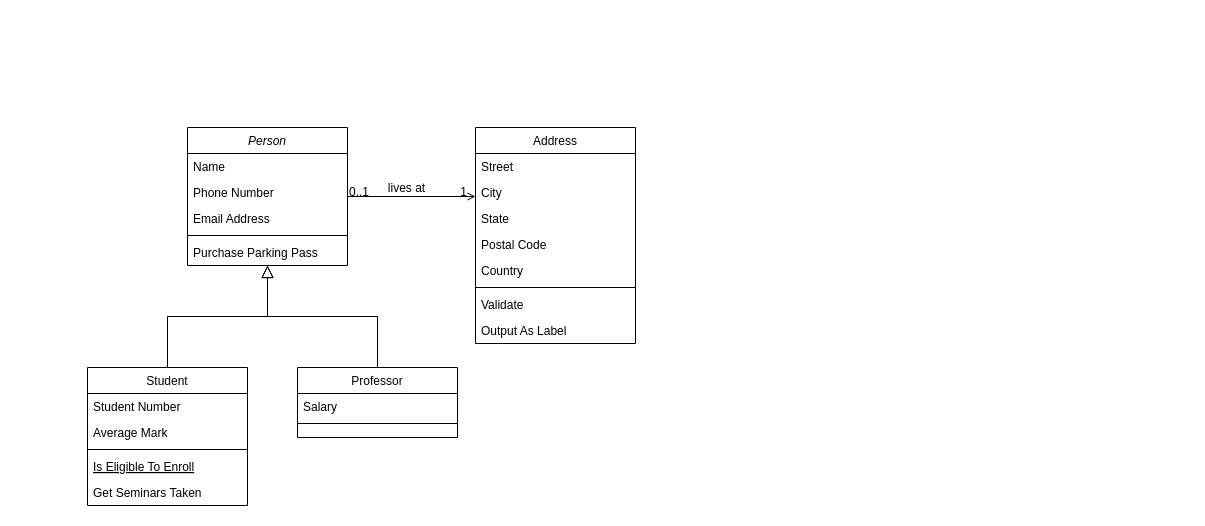
This is Diagrama sin título.drawio from josepro752/TP1, a draw.io file, before an edit. Source tidied: cells renumbered, new cells numbered last; positions are measured from the earlier drawing's top-left corner, leaving out a move shared by most shapes. Both pictures are drawn from the tidied source at 100%, with x=0, y=0 at pixel (87, 127).
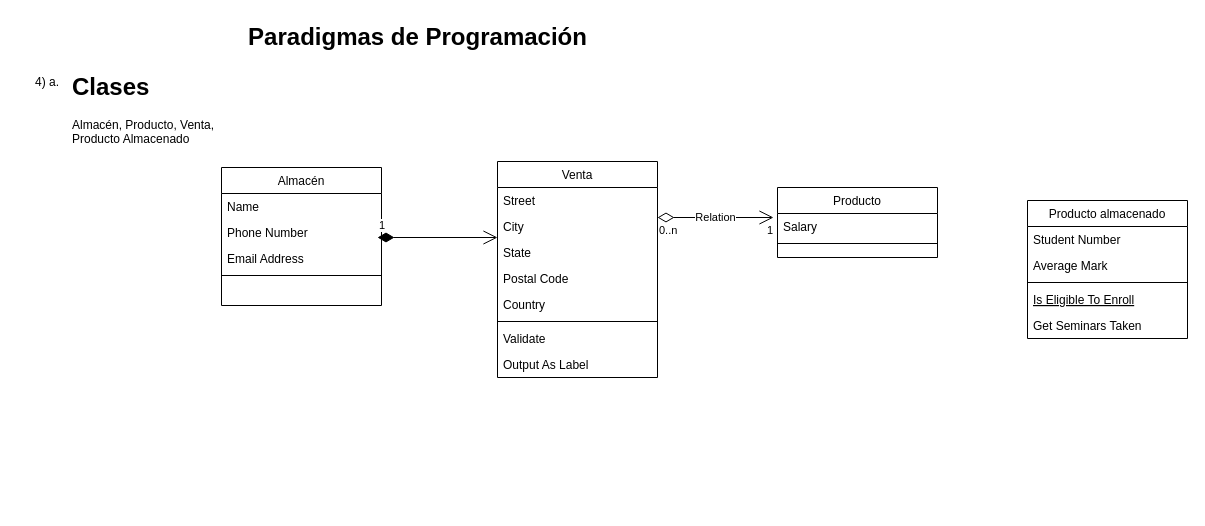
Above is the later version.

Diff of the diagram source:
```diff
@@
-    <mxCell id="2" value="Person" style="swimlane;fontStyle=2;align=center;verticalAlign=top;horizontal=1;startSize=26;rounded=0;shadow=0;strokeWidth=1;" parent="1" vertex="1">
-      <mxGeometry x="100" width="160" height="138" as="geometry" />
+    <mxCell id="2" value="Almacén" style="swimlane;fontStyle=0;align=center;verticalAlign=top;horizontal=1;startSize=26;rounded=0;shadow=0;strokeWidth=1;" parent="1" vertex="1">
+      <mxGeometry x="134" y="40" width="160" height="138" as="geometry" />
     </mxCell>
@@
-    <mxCell id="7" value="Purchase Parking Pass" style="text;align=left;verticalAlign=top;spacingLeft=4;spacingRight=4;overflow=hidden;" parent="2" vertex="1">
-      <mxGeometry y="112" width="160" height="26" as="geometry" />
-    </mxCell>
-    <mxCell id="8" value="Student" style="swimlane;fontStyle=0;align=center;verticalAlign=top;horizontal=1;startSize=26;rounded=0;shadow=0;strokeWidth=1;" parent="1" vertex="1">
-      <mxGeometry y="240" width="160" height="138" as="geometry" />
+    <mxCell id="8" value="Producto almacenado" style="swimlane;fontStyle=0;align=center;verticalAlign=top;horizontal=1;startSize=26;rounded=0;shadow=0;strokeWidth=1;" parent="1" vertex="1">
+      <mxGeometry x="940" y="73" width="160" height="138" as="geometry" />
     </mxCell>
@@
-    <mxCell id="14" style="endArrow=block;endSize=10;endFill=0;shadow=0;strokeWidth=1;rounded=0;edgeStyle=elbowEdgeStyle;elbow=vertical;" parent="1" edge="1" source="8" target="2">
-      <mxGeometry relative="1" as="geometry" />
-    </mxCell>
-    <mxCell id="15" value="Professor" style="swimlane;fontStyle=0;align=center;verticalAlign=top;horizontal=1;startSize=26;rounded=0;shadow=0;strokeWidth=1;" parent="1" vertex="1">
-      <mxGeometry x="210" y="240" width="160" height="70" as="geometry" />
+    <mxCell id="15" value="Producto" style="swimlane;fontStyle=0;align=center;verticalAlign=top;horizontal=1;startSize=26;rounded=0;shadow=0;strokeWidth=1;" parent="1" vertex="1">
+      <mxGeometry x="690" y="60" width="160" height="70" as="geometry" />
     </mxCell>
@@
-    <mxCell id="18" style="endArrow=block;endSize=10;endFill=0;shadow=0;strokeWidth=1;rounded=0;edgeStyle=elbowEdgeStyle;elbow=vertical;" parent="1" edge="1" source="15" target="2">
-      <mxGeometry relative="1" as="geometry" />
-    </mxCell>
-    <mxCell id="19" value="Address" style="swimlane;fontStyle=0;align=center;verticalAlign=top;horizontal=1;startSize=26;rounded=0;shadow=0;strokeWidth=1;" parent="1" vertex="1">
-      <mxGeometry x="388" width="160" height="216" as="geometry" />
+    <mxCell id="19" value="Venta" style="swimlane;fontStyle=0;align=center;verticalAlign=top;horizontal=1;startSize=26;rounded=0;shadow=0;strokeWidth=1;" parent="1" vertex="1">
+      <mxGeometry x="410" y="34" width="160" height="216" as="geometry" />
     </mxCell>
@@
-    <mxCell id="28" style="endArrow=open;shadow=0;strokeWidth=1;rounded=0;endFill=1;edgeStyle=elbowEdgeStyle;elbow=vertical;" parent="1" edge="1" source="2" target="19">
-      <mxGeometry x="0.5" y="41" relative="1" as="geometry">
-        <mxPoint x="-40" y="32" as="offset" />
-      </mxGeometry>
-    </mxCell>
-    <mxCell id="29" value="0..1" style="align=left;verticalAlign=bottom;labelBackgroundColor=none;fontSize=12;" parent="28" vertex="1">
-      <mxGeometry x="-1" relative="1" as="geometry">
-        <mxPoint y="4" as="offset" />
-      </mxGeometry>
-    </mxCell>
-    <mxCell id="30" value="1" style="align=right;verticalAlign=bottom;labelBackgroundColor=none;fontSize=12;" parent="28" vertex="1">
-      <mxGeometry x="1" relative="1" as="geometry">
-        <mxPoint x="-7" y="4" as="offset" />
-      </mxGeometry>
-    </mxCell>
-    <mxCell id="31" value="lives at" style="text;html=1;align=center;verticalAlign=middle;labelBackgroundColor=none;rounded=0;shadow=0;strokeWidth=1;fontSize=12;" parent="28" vertex="1">
-      <mxGeometry x="0.5" y="49" relative="1" as="geometry">
-        <mxPoint x="-38" y="40" as="offset" />
-      </mxGeometry>
-    </mxCell>
+    <mxCell id="32" value="Paradigmas de Programación" style="text;strokeColor=none;fillColor=none;html=1;fontSize=24;fontStyle=1;verticalAlign=middle;align=center;" parent="1" vertex="1">
+      <mxGeometry x="280" y="-110" width="100" height="40" as="geometry" />
+    </mxCell>
+    <mxCell id="33" value="4) a." style="text;html=1;strokeColor=none;fillColor=none;align=center;verticalAlign=middle;whiteSpace=wrap;rounded=0;" parent="1" vertex="1">
+      <mxGeometry x="-70" y="-60" width="60" height="30" as="geometry" />
+    </mxCell>
+    <mxCell id="34" value="&lt;h1&gt;Clases&lt;/h1&gt;&lt;div&gt;Almacén, Producto, Venta, Producto Almacenado&lt;/div&gt;" style="text;html=1;strokeColor=none;fillColor=none;spacing=5;spacingTop=-20;whiteSpace=wrap;overflow=hidden;rounded=0;" parent="1" vertex="1">
+      <mxGeometry x="-20" y="-60" width="190" height="120" as="geometry" />
+    </mxCell>
+    <mxCell id="35" value="Relation" style="endArrow=open;html=1;endSize=12;startArrow=diamondThin;startSize=14;startFill=0;edgeStyle=orthogonalEdgeStyle;rounded=0;" parent="1" edge="1">
+      <mxGeometry relative="1" as="geometry">
+        <mxPoint x="570" y="90" as="sourcePoint" />
+        <mxPoint x="686" y="90" as="targetPoint" />
+        <Array as="points">
+          <mxPoint x="626" y="90" />
+          <mxPoint x="626" y="90" />
+        </Array>
+      </mxGeometry>
+    </mxCell>
+    <mxCell id="36" value="0..n" style="edgeLabel;html=1;align=left;verticalAlign=top;" parent="35" vertex="1">
+      <mxGeometry x="-1" relative="1" as="geometry" />
+    </mxCell>
+    <mxCell id="37" value="1" style="edgeLabel;html=1;align=right;verticalAlign=top;" parent="35" vertex="1">
+      <mxGeometry x="1" relative="1" as="geometry" />
+    </mxCell>
+    <mxCell id="38" value="1" style="endArrow=open;html=1;endSize=12;startArrow=diamondThin;startSize=14;startFill=1;edgeStyle=orthogonalEdgeStyle;align=left;verticalAlign=bottom;rounded=0;" parent="1" edge="1">
+      <mxGeometry x="-1" y="3" relative="1" as="geometry">
+        <mxPoint x="290" y="110" as="sourcePoint" />
+        <mxPoint x="410" y="110" as="targetPoint" />
+      </mxGeometry>
+    </mxCell>
```
